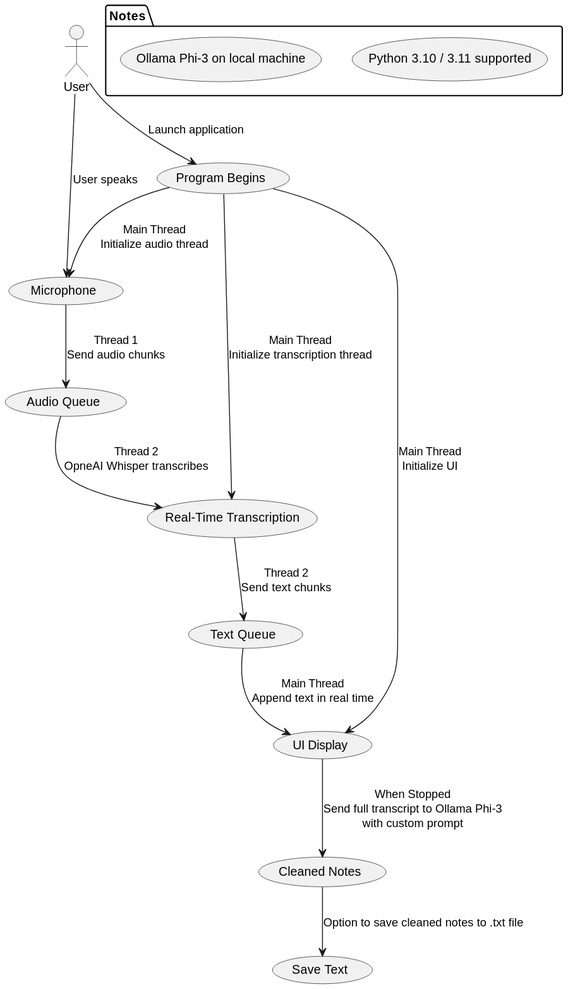
RajitTalluri/AI-Speech-Notetaker keeps this PlantUML diagram as Speech Notetaker Outline.svg. Above is the earlier version.
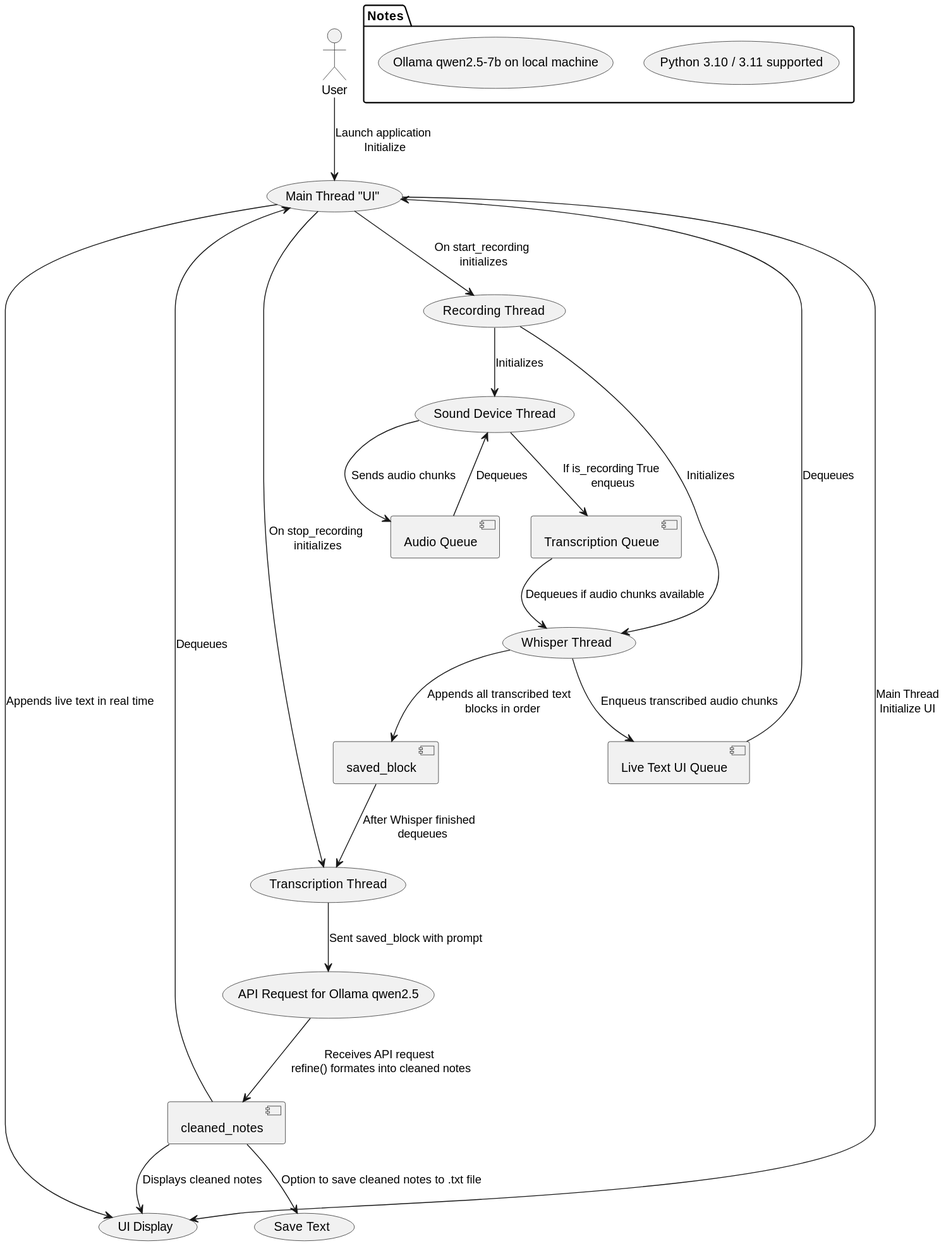
After the commit.

Change to the diagram source:
```diff
@@ -1,27 +1,33 @@
 @startuml
 actor User
 
-User --> (Program Begins) : Launch application
+User --> (Main Thread "UI") : Launch application\n Initialize
 
-(Program Begins) --> (UI Display) : Main Thread\nInitialize UI
-(Program Begins) --> (Microphone) : Main Thread\nInitialize audio thread
-(Program Begins) --> (Real-Time Transcription) : Main Thread\nInitialize transcription thread
+(Main Thread "UI") --> (UI Display) : Main Thread\nInitialize UI
+(Main Thread "UI") --> (Recording Thread) :  On start_recording\n initializes
+(Main Thread "UI") --> (Transcription Thread) :  On stop_recording\n initializes
 
+(Recording Thread) --> (Sound Device Thread) : Initializes
+(Recording Thread) --> (Whisper Thread) : Initializes
+(Sound Device Thread) --> [Audio Queue] : Sends audio chunks
+[Audio Queue] --> (Sound Device Thread) : Dequeues
+(Sound Device Thread) --> [Transcription Queue] : If is_recording True\n enqueus
 
-User --> (Microphone) : User speaks
+[Transcription Queue] --> (Whisper Thread)  : Dequeues if audio chunks available
+(Whisper Thread) --> [Live Text UI Queue] : Enqueus transcribed audio chunks
+(Whisper Thread) --> [saved_block] : Appends all transcribed text \n blocks in order
+[saved_block] --> (Transcription Thread) : After Whisper finished \n dequeues
+(Transcription Thread) --> (API Request for Ollama qwen2.5) : Sent saved_block with prompt
+(API Request for Ollama qwen2.5) --> [cleaned_notes] : Receives API request\n refine() formates into cleaned notes
+[cleaned_notes] --> (Main Thread "UI") : Dequeues
+[Live Text UI Queue] --> (Main Thread "UI") : Dequeues
+(Main Thread "UI") --> (UI Display) : Appends live text in real time
 
-(Microphone) --> (Audio Queue) : Thread 1\nSend audio chunks
-
-(Audio Queue) --> (Real-Time Transcription) : Thread 2\nOpneAI Whisper transcribes
-(Real-Time Transcription) --> (Text Queue) : Thread 2\nSend text chunks
-
-(Text Queue) --> (UI Display) : Main Thread\nAppend text in real time
-
-(UI Display) --> (Cleaned Notes) : When Stopped\nSend full transcript to Ollama Phi-3\nwith custom prompt
-(Cleaned Notes) --> (Save Text) : Option to save cleaned notes to .txt file
+(cleaned_notes) --> (UI Display) : Displays cleaned notes
+(cleaned_notes) --> (Save Text) : Option to save cleaned notes to .txt file
 
 package "Notes" {
   (Python 3.10 / 3.11 supported)
-  (Ollama Phi-3 on local machine)
+  (Ollama qwen2.5-7b on local machine)
 }
 @enduml
```
